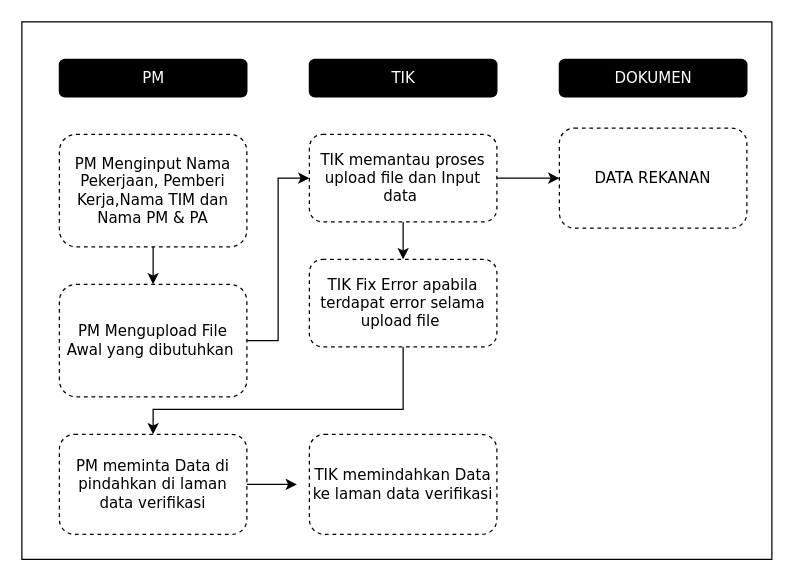
The draw.io diagram Proses__Rekanan.drawio in Tian7877/Hanoi_Tower, before the edit. Source tidied: cells renumbered, new cells numbered last; positions are measured from the earlier drawing's top-left corner, leaving out a move shared by most shapes. Both pictures are drawn from the tidied source at 125%, with x=0, y=0 at pixel (21, 21).
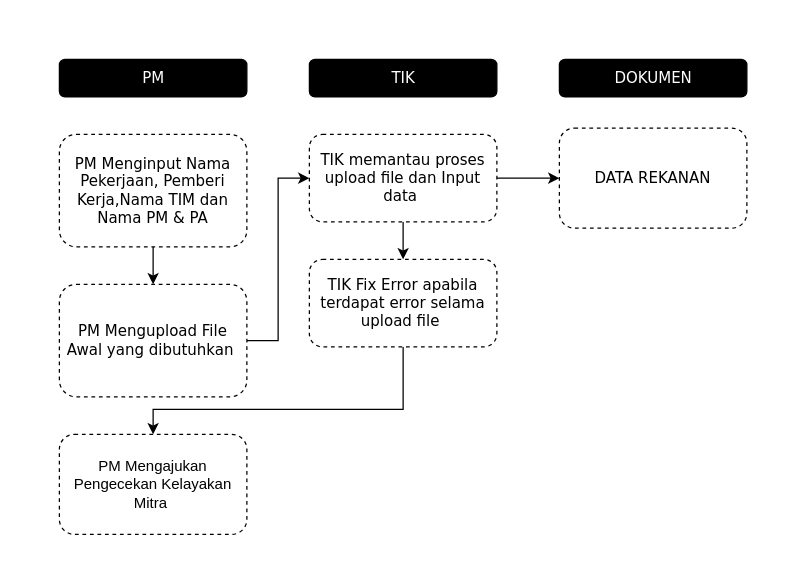
The same diagram, later.

What changed in the source:
```diff
@@
-    <mxCell id="15" style="edgeStyle=orthogonalEdgeStyle;rounded=0;jettySize=auto;html=1;exitX=1;exitY=0.5;exitDx=0;exitDy=0;" parent="1" edge="1" source="16">
-      <mxGeometry relative="1" as="geometry">
-        <mxPoint x="220" y="370" as="targetPoint" />
-      </mxGeometry>
-    </mxCell>
-    <mxCell id="16" value="&lt;font face=&quot;Verdana&quot;&gt;PM meminta Data di pindahkan di laman data verifikasi&lt;/font&gt;" style="rounded=1;whiteSpace=wrap;html=1;dashed=1;" parent="1" vertex="1">
+    <mxCell id="16" value="PM Mengajukan Pengecekan Kelayakan Mitra&amp;nbsp;" style="rounded=1;whiteSpace=wrap;html=1;dashed=1;" parent="1" vertex="1">
       <mxGeometry x="30" y="330" width="150" height="80" as="geometry" />
     </mxCell>
-    <mxCell id="17" value="&lt;font face=&quot;Verdana&quot;&gt;TIK memindahkan Data ke laman data verifikasi&lt;/font&gt;" style="rounded=1;whiteSpace=wrap;html=1;dashed=1;" parent="1" vertex="1">
-      <mxGeometry x="230" y="330" width="150" height="80" as="geometry" />
-    </mxCell>
@@
-    <mxCell id="19" style="rounded=0;whiteSpace=wrap;html=1;fillColor=none;" parent="1" vertex="1">
-      <mxGeometry width="600" height="430" as="geometry" />
-    </mxCell>
```
